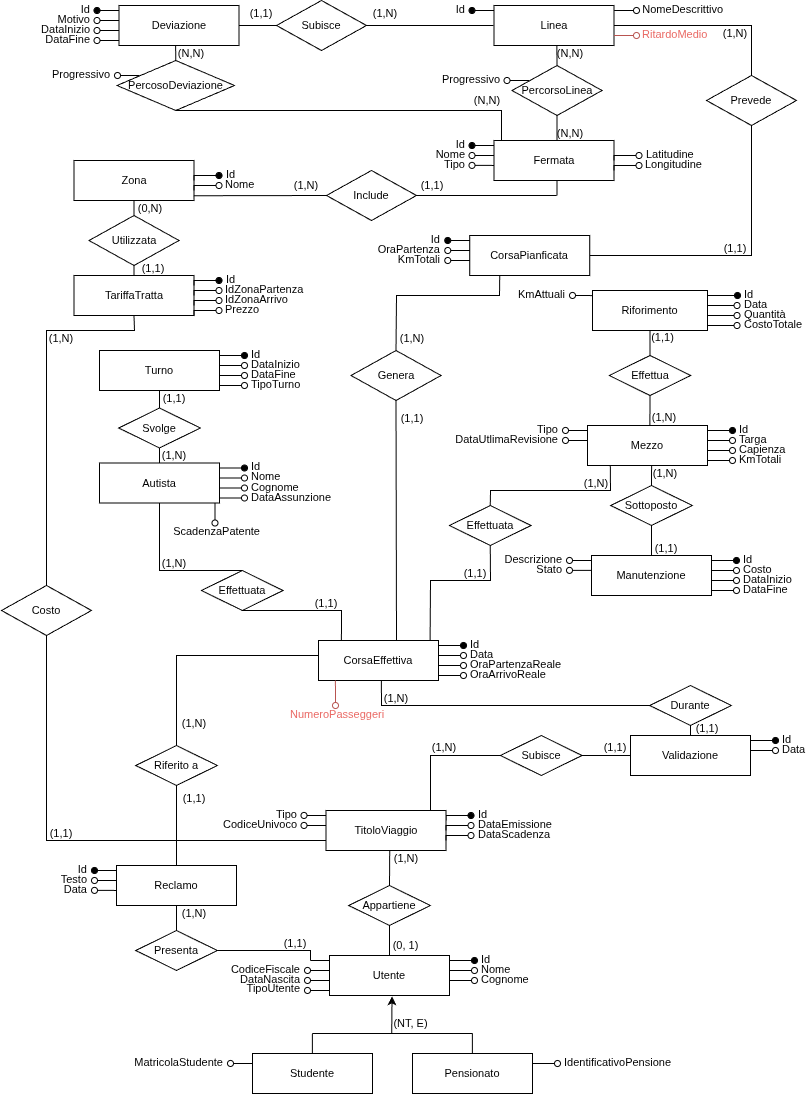
The draw.io diagram 2102 basi-di-dati/progetto/SchemaER.png in AndreaGirlando/Uni, before a commit. Source tidied: cells renumbered, new cells last; positions are measured from the earlier drawing's top-left corner, leaving out a move shared by most shapes.
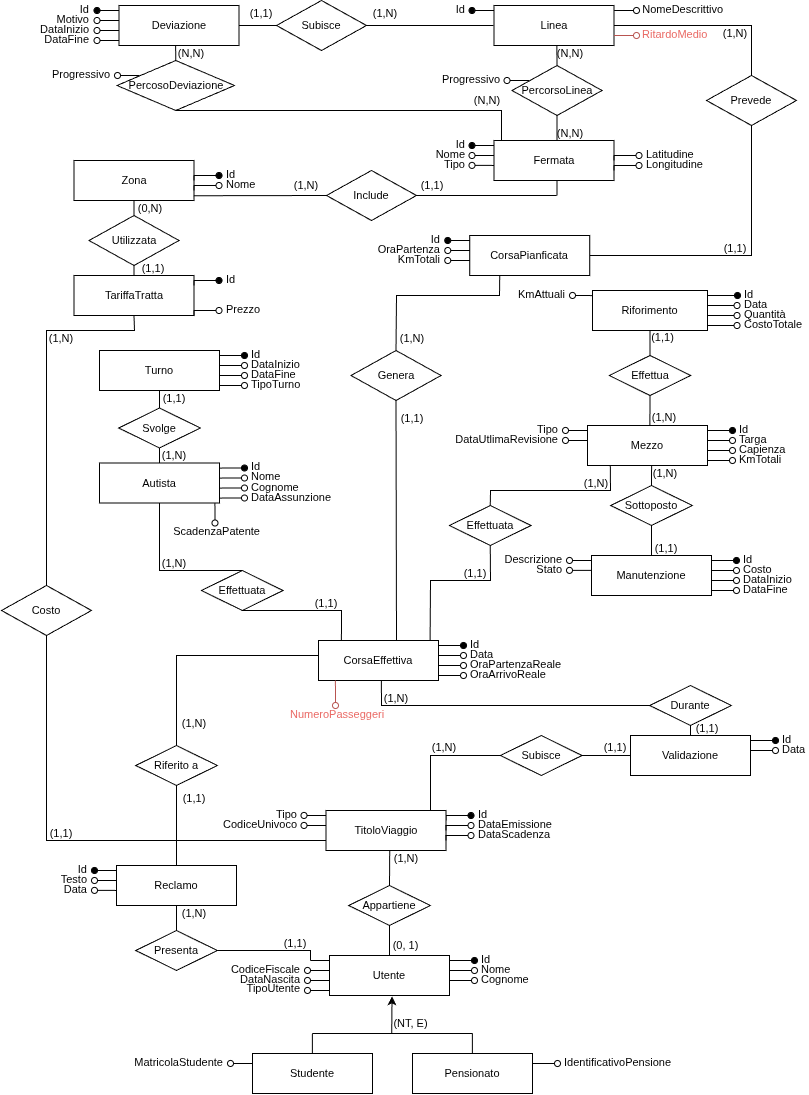
Above is the later version.

The edit, as a diff of the source:
```diff
@@ -985,31 +985,9 @@
         </Array>
       </mxGeometry>
     </mxCell>
-    <mxCell id="215" value="&lt;span&gt;IdZonaPartenza&lt;/span&gt;" style="text;html=1;align=left;verticalAlign=middle;whiteSpace=wrap;rounded=0;spacingLeft=5;spacingBottom=2;fontSize=11;" parent="1" vertex="1">
-      <mxGeometry x="218.5" y="285" width="30" height="10" as="geometry" />
-    </mxCell>
-    <mxCell id="216" style="edgeStyle=orthogonalEdgeStyle;rounded=0;jettySize=auto;html=1;exitX=0;exitY=0.5;exitDx=0;exitDy=0;startArrow=oval;startFill=0;endArrow=none;endFill=0;fontSize=11;" parent="1" edge="1" source="215">
-      <mxGeometry relative="1" as="geometry">
-        <mxPoint x="193.5" y="295" as="targetPoint" />
-        <Array as="points">
-          <mxPoint x="193.5" y="290" />
-        </Array>
-      </mxGeometry>
-    </mxCell>
     <mxCell id="217" value="&lt;font&gt;Id&lt;/font&gt;" style="text;html=1;align=left;verticalAlign=middle;whiteSpace=wrap;rounded=0;spacingLeft=5;spacingBottom=3;fontSize=11;" parent="1" vertex="1">
       <mxGeometry x="218.8" y="275" width="38.2" height="10" as="geometry" />
     </mxCell>
-    <mxCell id="218" value="&lt;span&gt;IdZonaArrivo&lt;/span&gt;" style="text;html=1;align=left;verticalAlign=middle;whiteSpace=wrap;rounded=0;spacingLeft=5;spacingBottom=2;fontSize=11;" parent="1" vertex="1">
-      <mxGeometry x="218.5" y="295" width="30" height="10" as="geometry" />
-    </mxCell>
-    <mxCell id="219" style="edgeStyle=orthogonalEdgeStyle;rounded=0;jettySize=auto;html=1;exitX=0;exitY=0.5;exitDx=0;exitDy=0;startArrow=oval;startFill=0;endArrow=none;endFill=0;fontSize=11;" parent="1" edge="1" source="218">
-      <mxGeometry relative="1" as="geometry">
-        <mxPoint x="193.5" y="305" as="targetPoint" />
-        <Array as="points">
-          <mxPoint x="193.5" y="300" />
-        </Array>
-      </mxGeometry>
-    </mxCell>
     <mxCell id="220" value="&lt;span&gt;Prezzo&lt;/span&gt;" style="text;html=1;align=left;verticalAlign=middle;whiteSpace=wrap;rounded=0;spacingLeft=5;spacingBottom=2;fontSize=11;" parent="1" vertex="1">
       <mxGeometry x="218.5" y="305" width="30" height="10" as="geometry" />
     </mxCell>
```
